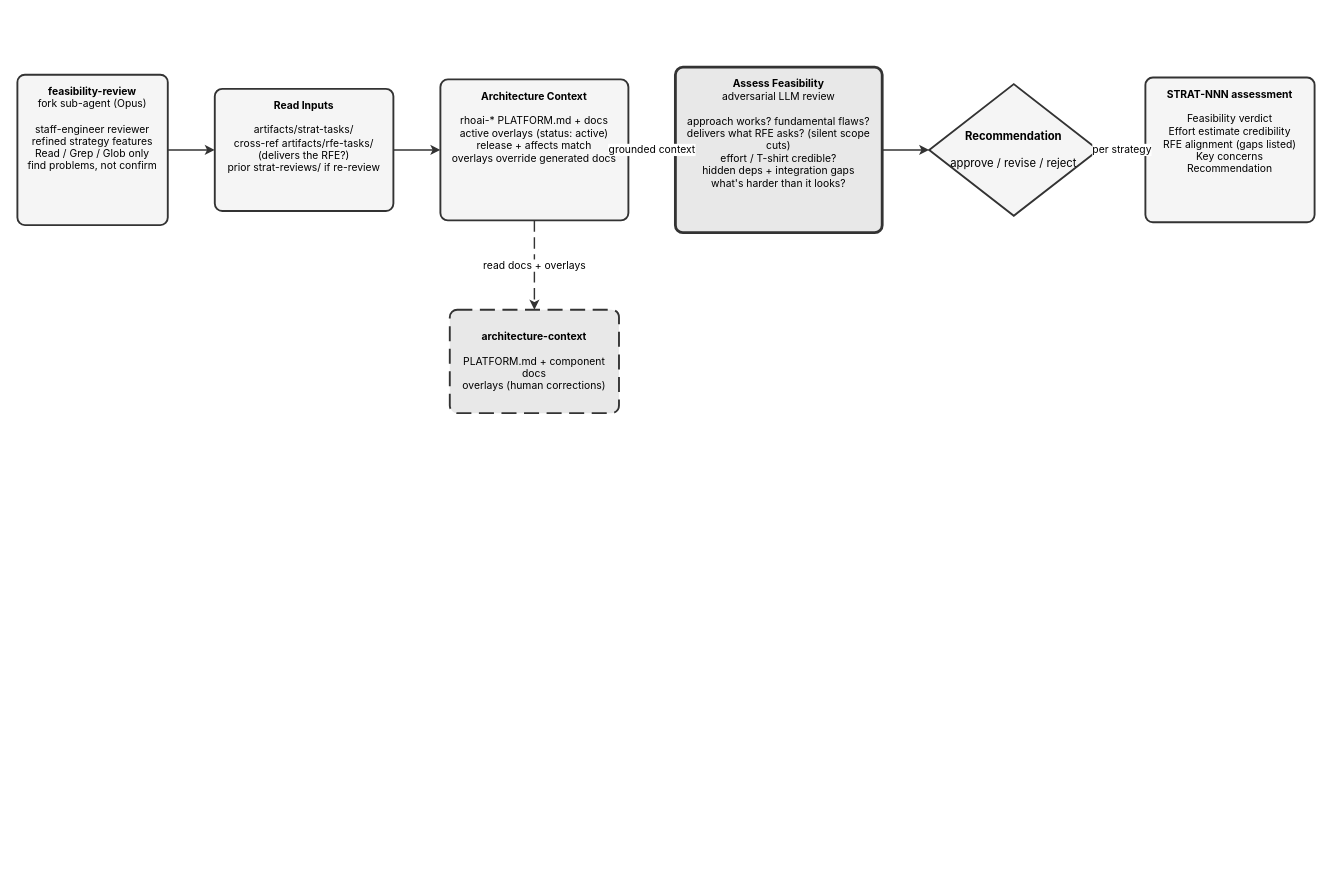
The draw.io diagram site/docs/plugins/rfe-creator/feasibility-review.drawio in fege/skills-registry, before the edit. Source tidied: cells renumbered, new cells numbered last; positions are measured from the earlier drawing's top-left corner, leaving out a move shared by most shapes. Both pictures are drawn from the tidied source at 94%, with x=0, y=0 at pixel (17, 67).
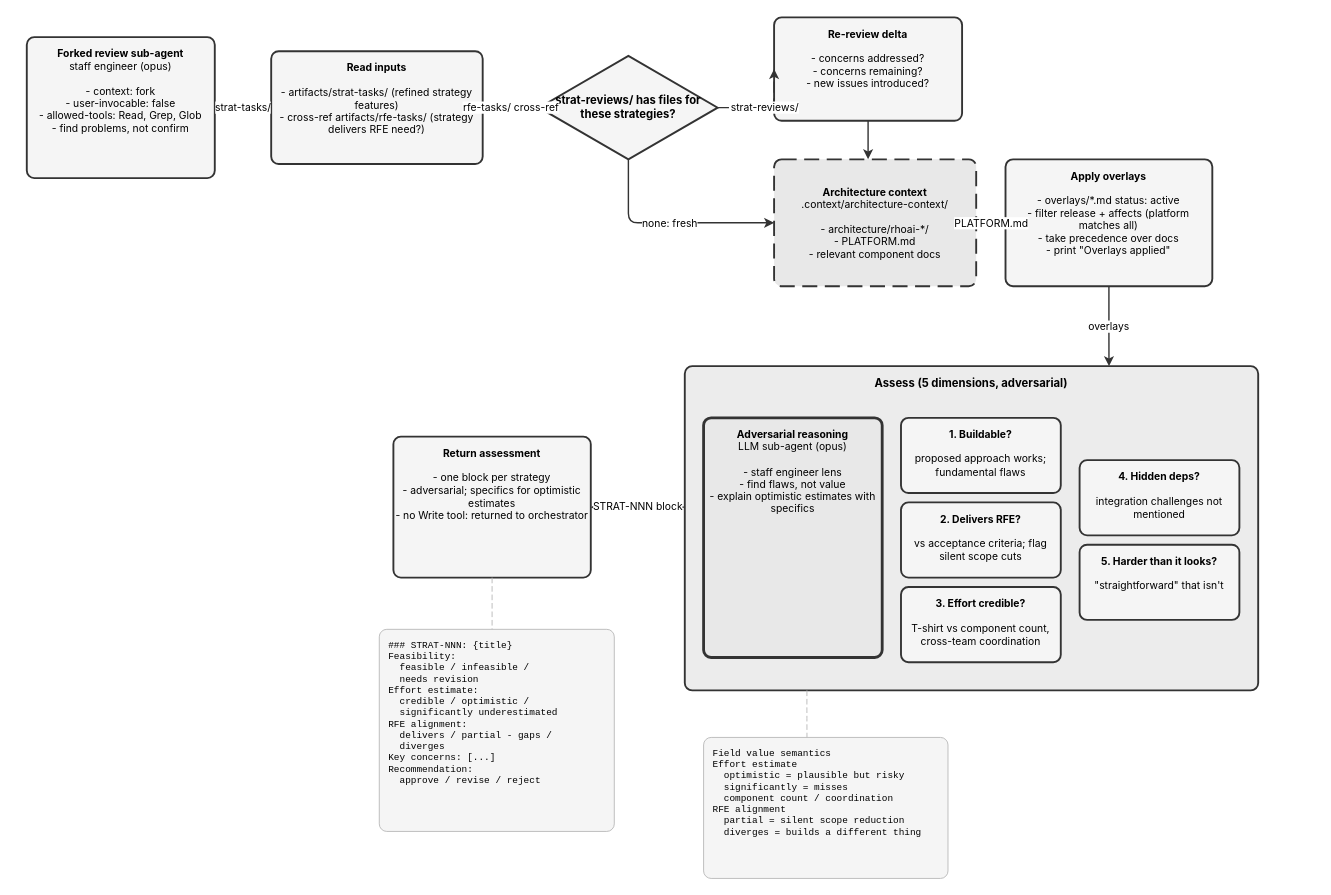
After the change.

Change to the diagram source:
```diff
@@
-    <mxCell id="2" value="&lt;b&gt;feasibility-review&lt;/b&gt;&lt;br&gt;fork sub-agent (Opus)&lt;br&gt;&lt;br&gt;staff-engineer reviewer&lt;br&gt;refined strategy features&lt;br&gt;Read / Grep / Glob only&lt;br&gt;find problems, not confirm" style="rounded=1;whiteSpace=wrap;html=1;fillColor=#f5f5f5;strokeColor=#333333;strokeWidth=2;verticalAlign=top;spacingTop=5;fontSize=11;fontFamily=Inter,Helvetica,Arial,sans-serif;arcSize=16;absoluteArcSize=1;" parent="1" vertex="1">
-      <mxGeometry y="8" width="160" height="160" as="geometry" />
+    <mxCell id="2" value="&lt;b&gt;Forked review sub-agent&lt;/b&gt;&lt;br&gt;staff engineer (opus)&lt;br&gt;&lt;br&gt;- context: fork&lt;br&gt;- user-invocable: false&lt;br&gt;- allowed-tools: Read, Grep, Glob&lt;br&gt;- find problems, not confirm" style="rounded=1;whiteSpace=wrap;html=1;fillColor=#f5f5f5;strokeColor=#333333;strokeWidth=2;verticalAlign=top;spacingTop=5;fontSize=11;fontFamily=Inter,Helvetica,Arial,sans-serif;arcSize=16;absoluteArcSize=1;" parent="1" vertex="1">
+      <mxGeometry x="10" y="-32" width="200" height="150" as="geometry" />
     </mxCell>
-    <mxCell id="3" value="&lt;b&gt;Read Inputs&lt;/b&gt;&lt;br&gt;&lt;br&gt;artifacts/strat-tasks/&lt;br&gt;cross-ref artifacts/rfe-tasks/ (delivers the RFE?)&lt;br&gt;prior strat-reviews/ if re-review" style="rounded=1;whiteSpace=wrap;html=1;fillColor=#f5f5f5;strokeColor=#333333;strokeWidth=2;verticalAlign=top;spacingTop=5;fontSize=11;fontFamily=Inter,Helvetica,Arial,sans-serif;arcSize=16;absoluteArcSize=1;" parent="1" vertex="1">
-      <mxGeometry x="210" y="23" width="190" height="130" as="geometry" />
-    </mxCell>
-    <mxCell id="4" value="&lt;b&gt;Architecture Context&lt;/b&gt;&lt;br&gt;&lt;br&gt;rhoai-* PLATFORM.md + docs&lt;br&gt;active overlays (status: active)&lt;br&gt;release + affects match&lt;br&gt;overlays override generated docs" style="rounded=1;whiteSpace=wrap;html=1;fillColor=#f5f5f5;strokeColor=#333333;strokeWidth=2;verticalAlign=top;spacingTop=5;fontSize=11;fontFamily=Inter,Helvetica,Arial,sans-serif;arcSize=16;absoluteArcSize=1;" parent="1" vertex="1">
-      <mxGeometry x="450" y="13" width="200" height="150" as="geometry" />
-    </mxCell>
+    <mxCell id="15" value="&lt;b&gt;Read inputs&lt;/b&gt;&lt;br&gt;&lt;br&gt;- artifacts/strat-tasks/ (refined strategy features)&lt;br&gt;- cross-ref artifacts/rfe-tasks/ (strategy delivers RFE need?)" style="rounded=1;whiteSpace=wrap;html=1;fillColor=#f5f5f5;strokeColor=#333333;strokeWidth=2;verticalAlign=top;spacingTop=5;fontSize=11;fontFamily=Inter,Helvetica,Arial,sans-serif;arcSize=16;absoluteArcSize=1;" parent="1" vertex="1">
+      <mxGeometry x="270" y="-17" width="225" height="120" as="geometry" />
+    </mxCell>
+    <mxCell id="16" value="&lt;b&gt;strat-reviews/ has files for these strategies?&lt;/b&gt;" style="rhombus;whiteSpace=wrap;html=1;fillColor=#f5f5f5;strokeColor=#333333;strokeWidth=2;fontSize=12;fontFamily=Inter,Helvetica,Arial,sans-serif;" parent="1" vertex="1">
+      <mxGeometry x="555" y="-12" width="190" height="110" as="geometry" />
+    </mxCell>
+    <mxCell id="17" value="&lt;b&gt;Re-review delta&lt;/b&gt;&lt;br&gt;&lt;br&gt;- concerns addressed?&lt;br&gt;- concerns remaining?&lt;br&gt;- new issues introduced?" style="rounded=1;whiteSpace=wrap;html=1;fillColor=#f5f5f5;strokeColor=#333333;strokeWidth=2;verticalAlign=top;spacingTop=5;fontSize=11;fontFamily=Inter,Helvetica,Arial,sans-serif;arcSize=16;absoluteArcSize=1;" parent="1" vertex="1">
+      <mxGeometry x="805" y="-53" width="200" height="110" as="geometry" />
+    </mxCell>
+    <mxCell id="18" value="&lt;b&gt;Architecture context&lt;/b&gt;&lt;br&gt;.context/architecture-context/&lt;br&gt;&lt;br&gt;- architecture/rhoai-*/&lt;br&gt;- PLATFORM.md&lt;br&gt;- relevant component docs" style="rounded=1;whiteSpace=wrap;html=1;fillColor=#e8e8e8;strokeColor=#333333;strokeWidth=2;dashed=1;dashPattern=8 4;verticalAlign=middle;fontSize=11;fontFamily=Inter,Helvetica,Arial,sans-serif;arcSize=16;absoluteArcSize=1;" parent="1" vertex="1">
+      <mxGeometry x="805" y="98" width="215" height="135" as="geometry" />
+    </mxCell>
+    <mxCell id="19" value="&lt;b&gt;Apply overlays&lt;/b&gt;&lt;br&gt;&lt;br&gt;- overlays/*.md status: active&lt;br&gt;- filter release + affects (platform matches all)&lt;br&gt;- take precedence over docs&lt;br&gt;- print &quot;Overlays applied&quot;" style="rounded=1;whiteSpace=wrap;html=1;fillColor=#f5f5f5;strokeColor=#333333;strokeWidth=2;verticalAlign=top;spacingTop=5;fontSize=11;fontFamily=Inter,Helvetica,Arial,sans-serif;arcSize=16;absoluteArcSize=1;" parent="1" vertex="1">
+      <mxGeometry x="1051.2" y="98" width="220" height="135" as="geometry" />
+    </mxCell>
-    <mxCell id="5" value="&lt;b&gt;Assess Feasibility&lt;/b&gt;&lt;br&gt;adversarial LLM review&lt;br&gt;&lt;br&gt;approach works? fundamental flaws?&lt;br&gt;delivers what RFE asks? (silent scope cuts)&lt;br&gt;effort / T-shirt credible?&lt;br&gt;hidden deps + integration gaps&lt;br&gt;what's harder than it looks?" style="rounded=1;whiteSpace=wrap;html=1;fillColor=#e8e8e8;strokeColor=#333333;strokeWidth=3;verticalAlign=top;spacingTop=5;fontSize=11;fontFamily=Inter,Helvetica,Arial,sans-serif;double=1;arcSize=16;absoluteArcSize=1;" parent="1" vertex="1">
-      <mxGeometry x="700" width="220" height="176" as="geometry" />
+    <mxCell id="5" value="&lt;b&gt;Assess (5 dimensions, adversarial)&lt;/b&gt;" style="rounded=1;whiteSpace=wrap;html=1;fillColor=#ececec;strokeColor=#333333;strokeWidth=2;verticalAlign=top;spacingTop=5;fontSize=12;fontStyle=1;fontFamily=Inter,Helvetica,Arial,sans-serif;arcSize=16;absoluteArcSize=1;" parent="1" vertex="1">
+      <mxGeometry x="710" y="318" width="610" height="345" as="geometry" />
     </mxCell>
-    <mxCell id="6" value="&lt;b&gt;Recommendation&lt;/b&gt;&lt;br&gt;&lt;br&gt;approve / revise / reject" style="rhombus;whiteSpace=wrap;html=1;fillColor=#f5f5f5;strokeColor=#333333;strokeWidth=2;fontSize=12;fontFamily=Inter,Helvetica,Arial,sans-serif;" parent="1" vertex="1">
-      <mxGeometry x="970" y="18" width="180" height="140" as="geometry" />
-    </mxCell>
-    <mxCell id="7" value="&lt;b&gt;STRAT-NNN assessment&lt;/b&gt;&lt;br&gt;&lt;br&gt;Feasibility verdict&lt;br&gt;Effort estimate credibility&lt;br&gt;RFE alignment (gaps listed)&lt;br&gt;Key concerns&lt;br&gt;Recommendation" style="rounded=1;whiteSpace=wrap;html=1;fillColor=#f5f5f5;strokeColor=#333333;strokeWidth=2;verticalAlign=top;spacingTop=5;fontSize=11;fontFamily=Inter,Helvetica,Arial,sans-serif;arcSize=16;absoluteArcSize=1;" parent="1" vertex="1">
-      <mxGeometry x="1200" y="11" width="180" height="154" as="geometry" />
-    </mxCell>
-    <mxCell id="8" value="&lt;b&gt;architecture-context&lt;/b&gt;&lt;br&gt;&lt;br&gt;PLATFORM.md + component docs&lt;br&gt;overlays (human corrections)" style="rounded=1;whiteSpace=wrap;html=1;fillColor=#e8e8e8;strokeColor=#333333;strokeWidth=2;dashed=1;dashPattern=8 4;verticalAlign=middle;fontSize=11;fontFamily=Inter,Helvetica,Arial,sans-serif;arcSize=16;absoluteArcSize=1;" parent="1" vertex="1">
-      <mxGeometry x="460" y="258" width="180" height="110" as="geometry" />
-    </mxCell>
-    <mxCell id="9" style="edgeStyle=orthogonalEdgeStyle;rounded=1;strokeColor=#333333;strokeWidth=1.5;html=1;fontFamily=Inter,Helvetica,Arial,sans-serif;exitX=1.0;exitY=0.5;exitDx=0;exitDy=0;entryX=0.0;entryY=0.5;entryDx=0;entryDy=0;" parent="1" edge="1" source="2" target="3">
-      <mxGeometry relative="1" as="geometry" />
-    </mxCell>
-    <mxCell id="10" style="edgeStyle=orthogonalEdgeStyle;rounded=1;strokeColor=#333333;strokeWidth=1.5;html=1;fontFamily=Inter,Helvetica,Arial,sans-serif;exitX=1.0;exitY=0.5;exitDx=0;exitDy=0;entryX=0.0;entryY=0.5;entryDx=0;entryDy=0;" parent="1" edge="1" source="3" target="4">
-      <mxGeometry relative="1" as="geometry" />
-    </mxCell>
-    <mxCell id="11" value="grounded context" style="edgeStyle=orthogonalEdgeStyle;rounded=1;strokeColor=#333333;strokeWidth=1.5;html=1;fontFamily=Inter,Helvetica,Arial,sans-serif;exitX=1.0;exitY=0.5;exitDx=0;exitDy=0;entryX=0.0;entryY=0.5;entryDx=0;entryDy=0;" parent="1" edge="1" source="4" target="5">
-      <mxGeometry relative="1" as="geometry" />
-    </mxCell>
-    <mxCell id="12" style="edgeStyle=orthogonalEdgeStyle;rounded=1;strokeColor=#333333;strokeWidth=1.5;html=1;fontFamily=Inter,Helvetica,Arial,sans-serif;exitX=1.0;exitY=0.5;exitDx=0;exitDy=0;entryX=0.0;entryY=0.5;entryDx=0;entryDy=0;" parent="1" edge="1" source="5" target="6">
-      <mxGeometry relative="1" as="geometry" />
-    </mxCell>
-    <mxCell id="13" value="per strategy" style="edgeStyle=orthogonalEdgeStyle;rounded=1;strokeColor=#333333;strokeWidth=1.5;html=1;fontFamily=Inter,Helvetica,Arial,sans-serif;exitX=1.0;exitY=0.5;exitDx=0;exitDy=0;entryX=0.0;entryY=0.5;entryDx=0;entryDy=0;" parent="1" edge="1" source="6" target="7">
-      <mxGeometry relative="1" as="geometry" />
-    </mxCell>
-    <mxCell id="14" value="read docs + overlays" style="edgeStyle=orthogonalEdgeStyle;rounded=1;strokeColor=#333333;strokeWidth=1.5;html=1;fontFamily=Inter,Helvetica,Arial,sans-serif;dashed=1;dashPattern=8 4;exitX=0.5;exitY=1.0;exitDx=0;exitDy=0;entryX=0.5;entryY=0.0;entryDx=0;entryDy=0;" parent="1" edge="1" source="4" target="8">
-      <mxGeometry relative="1" as="geometry" />
-    </mxCell>
+    <mxCell id="20" value="&lt;b&gt;Adversarial reasoning&lt;/b&gt;&lt;br&gt;LLM sub-agent (opus)&lt;br&gt;&lt;br&gt;- staff engineer lens&lt;br&gt;- find flaws, not value&lt;br&gt;- explain optimistic estimates with specifics" style="rounded=1;whiteSpace=wrap;html=1;fillColor=#e8e8e8;strokeColor=#333333;strokeWidth=3;verticalAlign=top;spacingTop=5;fontSize=11;fontFamily=Inter,Helvetica,Arial,sans-serif;double=1;arcSize=16;absoluteArcSize=1;" parent="5" vertex="1">
+      <mxGeometry x="20" y="55" width="190" height="255" as="geometry" />
+    </mxCell>
+    <mxCell id="21" value="&lt;b&gt;1. Buildable?&lt;/b&gt;&lt;br&gt;&lt;br&gt;proposed approach works; fundamental flaws" style="rounded=1;whiteSpace=wrap;html=1;fillColor=#f5f5f5;strokeColor=#333333;strokeWidth=2;verticalAlign=top;spacingTop=5;fontSize=11;fontFamily=Inter,Helvetica,Arial,sans-serif;arcSize=16;absoluteArcSize=1;" parent="5" vertex="1">
+      <mxGeometry x="230" y="55" width="170" height="80" as="geometry" />
+    </mxCell>
+    <mxCell id="22" value="&lt;b&gt;2. Delivers RFE?&lt;/b&gt;&lt;br&gt;&lt;br&gt;vs acceptance criteria; flag silent scope cuts" style="rounded=1;whiteSpace=wrap;html=1;fillColor=#f5f5f5;strokeColor=#333333;strokeWidth=2;verticalAlign=top;spacingTop=5;fontSize=11;fontFamily=Inter,Helvetica,Arial,sans-serif;arcSize=16;absoluteArcSize=1;" parent="5" vertex="1">
+      <mxGeometry x="230" y="145" width="170" height="80" as="geometry" />
+    </mxCell>
+    <mxCell id="23" value="&lt;b&gt;3. Effort credible?&lt;/b&gt;&lt;br&gt;&lt;br&gt;T-shirt vs component count, cross-team coordination" style="rounded=1;whiteSpace=wrap;html=1;fillColor=#f5f5f5;strokeColor=#333333;strokeWidth=2;verticalAlign=top;spacingTop=5;fontSize=11;fontFamily=Inter,Helvetica,Arial,sans-serif;arcSize=16;absoluteArcSize=1;" parent="5" vertex="1">
+      <mxGeometry x="230" y="235" width="170" height="80" as="geometry" />
+    </mxCell>
+    <mxCell id="24" value="&lt;b&gt;4. Hidden deps?&lt;/b&gt;&lt;br&gt;&lt;br&gt;integration challenges not mentioned" style="rounded=1;whiteSpace=wrap;html=1;fillColor=#f5f5f5;strokeColor=#333333;strokeWidth=2;verticalAlign=top;spacingTop=5;fontSize=11;fontFamily=Inter,Helvetica,Arial,sans-serif;arcSize=16;absoluteArcSize=1;" parent="5" vertex="1">
+      <mxGeometry x="420" y="100" width="170" height="80" as="geometry" />
+    </mxCell>
+    <mxCell id="25" value="&lt;b&gt;5. Harder than it looks?&lt;/b&gt;&lt;br&gt;&lt;br&gt;&quot;straightforward&quot; that isn't" style="rounded=1;whiteSpace=wrap;html=1;fillColor=#f5f5f5;strokeColor=#333333;strokeWidth=2;verticalAlign=top;spacingTop=5;fontSize=11;fontFamily=Inter,Helvetica,Arial,sans-serif;arcSize=16;absoluteArcSize=1;" parent="5" vertex="1">
+      <mxGeometry x="420" y="190" width="170" height="80" as="geometry" />
+    </mxCell>
+    <mxCell id="26" value="&lt;b&gt;Return assessment&lt;/b&gt;&lt;br&gt;&lt;br&gt;- one block per strategy&lt;br&gt;- adversarial; specifics for optimistic estimates&lt;br&gt;- no Write tool: returned to orchestrator" style="rounded=1;whiteSpace=wrap;html=1;fillColor=#f5f5f5;strokeColor=#333333;strokeWidth=2;verticalAlign=top;spacingTop=5;fontSize=11;fontFamily=Inter,Helvetica,Arial,sans-serif;arcSize=16;absoluteArcSize=1;" parent="1" vertex="1">
+      <mxGeometry x="400" y="393" width="210" height="150" as="geometry" />
+    </mxCell>
+    <mxCell id="27" value="### STRAT-NNN: {title}&lt;br&gt;Feasibility:&lt;br&gt;&amp;nbsp;&amp;nbsp;feasible / infeasible /&lt;br&gt;&amp;nbsp;&amp;nbsp;needs revision&lt;br&gt;Effort estimate:&lt;br&gt;&amp;nbsp;&amp;nbsp;credible / optimistic /&lt;br&gt;&amp;nbsp;&amp;nbsp;significantly underestimated&lt;br&gt;RFE alignment:&lt;br&gt;&amp;nbsp;&amp;nbsp;delivers / partial - gaps /&lt;br&gt;&amp;nbsp;&amp;nbsp;diverges&lt;br&gt;Key concerns: [...]&lt;br&gt;Recommendation:&lt;br&gt;&amp;nbsp;&amp;nbsp;approve / revise / reject" style="rounded=1;whiteSpace=wrap;html=1;fillColor=#f5f5f5;strokeColor=#bbbbbb;strokeWidth=1;verticalAlign=top;spacingTop=5;align=left;spacingLeft=8;fontSize=10;fontFamily=JetBrains Mono,Courier New,monospace;arcSize=16;absoluteArcSize=1;" parent="1" vertex="1">
+      <mxGeometry x="385" y="598" width="250" height="215" as="geometry" />
+    </mxCell>
+    <mxCell id="28" value="Field value semantics&lt;br&gt;Effort estimate&lt;br&gt;&amp;nbsp;&amp;nbsp;optimistic = plausible but risky&lt;br&gt;&amp;nbsp;&amp;nbsp;significantly = misses&lt;br&gt;&amp;nbsp;&amp;nbsp;component count / coordination&lt;br&gt;RFE alignment&lt;br&gt;&amp;nbsp;&amp;nbsp;partial = silent scope reduction&lt;br&gt;&amp;nbsp;&amp;nbsp;diverges = builds a different thing" style="rounded=1;whiteSpace=wrap;html=1;fillColor=#f5f5f5;strokeColor=#bbbbbb;strokeWidth=1;verticalAlign=top;spacingTop=5;align=left;spacingLeft=8;fontSize=10;fontFamily=JetBrains Mono,Courier New,monospace;arcSize=16;absoluteArcSize=1;" parent="1" vertex="1">
+      <mxGeometry x="730" y="713" width="260" height="150" as="geometry" />
+    </mxCell>
+    <mxCell id="29" value="strat-tasks/" style="edgeStyle=orthogonalEdgeStyle;rounded=1;strokeColor=#333333;strokeWidth=1.5;html=1;fontFamily=Inter,Helvetica,Arial,sans-serif;exitX=1.0;exitY=0.5;exitDx=0;exitDy=0;entryX=0.0;entryY=0.5;entryDx=0;entryDy=0;" parent="1" edge="1" source="2" target="15">
+      <mxGeometry relative="1" as="geometry" />
+    </mxCell>
+    <mxCell id="30" value="rfe-tasks/ cross-ref" style="edgeStyle=orthogonalEdgeStyle;rounded=1;strokeColor=#333333;strokeWidth=1.5;html=1;fontFamily=Inter,Helvetica,Arial,sans-serif;exitX=1.0;exitY=0.5;exitDx=0;exitDy=0;entryX=0.0;entryY=0.5;entryDx=0;entryDy=0;" parent="1" edge="1" source="15" target="16">
+      <mxGeometry relative="1" as="geometry" />
+    </mxCell>
+    <mxCell id="31" value="strat-reviews/" style="edgeStyle=orthogonalEdgeStyle;rounded=1;strokeColor=#333333;strokeWidth=1.5;html=1;fontFamily=Inter,Helvetica,Arial,sans-serif;dashed=1;dashPattern=8 4;exitX=1.0;exitY=0.5;exitDx=0;exitDy=0;entryX=0.0;entryY=0.5;entryDx=0;entryDy=0;" parent="1" edge="1" source="16" target="17">
+      <mxGeometry relative="1" as="geometry">
+        <Array as="points">
+          <mxPoint x="805" y="43" />
+        </Array>
+      </mxGeometry>
+    </mxCell>
+    <mxCell id="32" value="none: fresh" style="edgeStyle=orthogonalEdgeStyle;rounded=1;strokeColor=#333333;strokeWidth=1.5;html=1;fontFamily=Inter,Helvetica,Arial,sans-serif;exitX=0.5;exitY=1.0;exitDx=0;exitDy=0;entryX=0.0;entryY=0.5;entryDx=0;entryDy=0;" parent="1" edge="1" source="16" target="18">
+      <mxGeometry relative="1" as="geometry" />
+    </mxCell>
+    <mxCell id="33" style="edgeStyle=orthogonalEdgeStyle;rounded=1;strokeColor=#333333;strokeWidth=1.5;html=1;fontFamily=Inter,Helvetica,Arial,sans-serif;exitX=0.5;exitY=1;exitDx=0;exitDy=0;entryX=0.46511627906976744;entryY=0;entryDx=0;entryDy=0;" parent="1" edge="1" source="17" target="18">
+      <mxGeometry relative="1" as="geometry" />
+    </mxCell>
+    <mxCell id="34" value="PLATFORM.md" style="edgeStyle=orthogonalEdgeStyle;rounded=1;strokeColor=#333333;strokeWidth=1.5;html=1;fontFamily=Inter,Helvetica,Arial,sans-serif;exitX=1.0;exitY=0.5;exitDx=0;exitDy=0;entryX=0.0;entryY=0.5;entryDx=0;entryDy=0;" parent="1" edge="1" source="18" target="19">
+      <mxGeometry relative="1" as="geometry" />
+    </mxCell>
+    <mxCell id="35" value="overlays" style="edgeStyle=orthogonalEdgeStyle;rounded=1;strokeColor=#333333;strokeWidth=1.5;html=1;fontFamily=Inter,Helvetica,Arial,sans-serif;exitX=0.5;exitY=1;exitDx=0;exitDy=0;entryX=0.7397540983606558;entryY=0;entryDx=0;entryDy=0;" parent="1" edge="1" source="19" target="5">
+      <mxGeometry relative="1" as="geometry" />
+    </mxCell>
+    <mxCell id="36" value="STRAT-NNN block" style="edgeStyle=orthogonalEdgeStyle;rounded=1;strokeColor=#333333;strokeWidth=1.5;html=1;fontFamily=Inter,Helvetica,Arial,sans-serif;exitX=0;exitY=0.43478260869565216;exitDx=0;exitDy=0;entryX=1;entryY=0.5;entryDx=0;entryDy=0;" parent="1" edge="1" source="5" target="26">
+      <mxGeometry relative="1" as="geometry" />
+    </mxCell>
+    <mxCell id="37" style="edgeStyle=orthogonalEdgeStyle;rounded=1;strokeColor=#bbbbbb;strokeWidth=1;dashed=1;dashPattern=6 3;html=1;endArrow=none;exitX=0.5;exitY=1.0;exitDx=0;exitDy=0;entryX=0.48;entryY=0.0;entryDx=0;entryDy=0;" parent="1" edge="1" source="26" target="27">
+      <mxGeometry relative="1" as="geometry" />
+    </mxCell>
+    <mxCell id="38" style="edgeStyle=orthogonalEdgeStyle;rounded=1;strokeColor=#bbbbbb;strokeWidth=1;dashed=1;dashPattern=6 3;html=1;endArrow=none;exitX=0.213;exitY=1.0;exitDx=0;exitDy=0;entryX=0.423;entryY=0.0;entryDx=0;entryDy=0;" parent="1" edge="1" source="5" target="28">
+      <mxGeometry relative="1" as="geometry" />
+    </mxCell>
```
